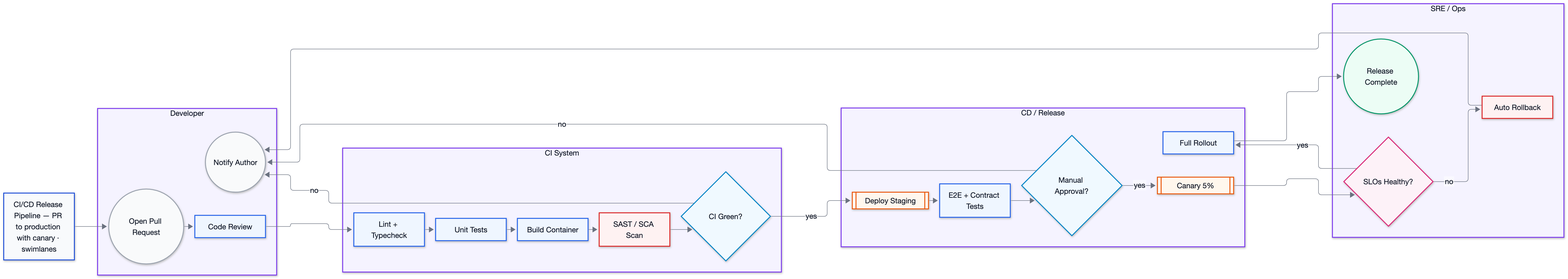
Earlier version of the Mermaid export examples/showcase/04-flowchart-swimlanes.png (hwchiu/diagram-mcp). Its source is kept beside it as examples/showcase/04-flowchart-swimlanes.mmd.
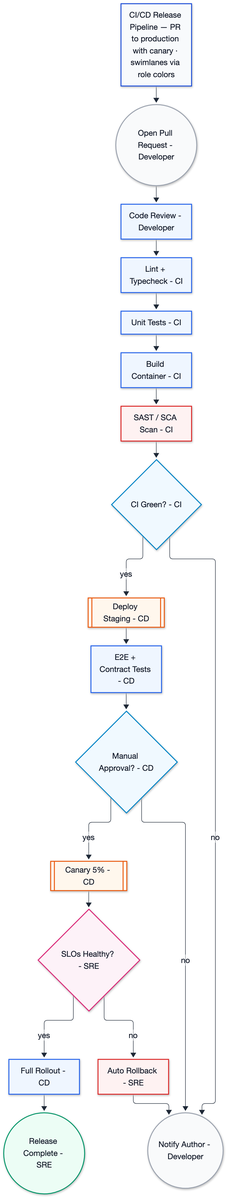
After the change.

What changed in the source:
```diff
@@ -1,55 +1,39 @@
 %%{init: {"flowchart": {"htmlLabels": false, "curve": "basis", "padding": 24, "nodeSpacing": 50, "rankSpacing": 60}} }%%
-flowchart LR
-  title_block["CI/CD Release Pipeline — PR to production with canary · swimlanes"]
+flowchart TB
+  title_block["CI/CD Release Pipeline — PR to production with canary · swimlanes via role colors"]
   style title_block fill:#F8FAFC,stroke:#1D4ED8,color:#111827,stroke-width:2px
-  subgraph dev[Developer]
-    direction LR
-    start((Open Pull Request))
-      style start fill:#F9FAFB,stroke:#9CA3AF,color:#111827,stroke-width:2px
-    review[Code Review]
-      style review fill:#EFF6FF,stroke:#2563EB,color:#111827,stroke-width:2px
-    fix((Notify Author))
-      style fix fill:#F9FAFB,stroke:#9CA3AF,color:#111827,stroke-width:2px
-  end
-  style dev fill:#F5F3FF,stroke:#7C3AED,color:#111827,stroke-width:2px
-  subgraph ci[CI System]
-    direction LR
-    lint[Lint + Typecheck]
-      style lint fill:#EFF6FF,stroke:#2563EB,color:#111827,stroke-width:2px
-    unit[Unit Tests]
-      style unit fill:#EFF6FF,stroke:#2563EB,color:#111827,stroke-width:2px
-    build[Build Container]
-      style build fill:#EFF6FF,stroke:#2563EB,color:#111827,stroke-width:2px
-    sast[SAST / SCA Scan]
-      style sast fill:#FEF2F2,stroke:#DC2626,color:#111827,stroke-width:2px
-    pass_ci{CI Green?}
-      style pass_ci fill:#F0F9FF,stroke:#0284C7,color:#111827,stroke-width:2px
-  end
-  style ci fill:#F5F3FF,stroke:#7C3AED,color:#111827,stroke-width:2px
-  subgraph cd[CD / Release]
-    direction LR
-    staging[[Deploy Staging]]
-      style staging fill:#FFF7ED,stroke:#EA580C,color:#111827,stroke-width:2px
-    e2e[E2E + Contract Tests]
-      style e2e fill:#EFF6FF,stroke:#2563EB,color:#111827,stroke-width:2px
-    approve{Manual Approval?}
-      style approve fill:#F0F9FF,stroke:#0284C7,color:#111827,stroke-width:2px
-    canary[[Canary 5%]]
-      style canary fill:#FFF7ED,stroke:#EA580C,color:#111827,stroke-width:2px
-    rollout[Full Rollout]
-      style rollout fill:#EFF6FF,stroke:#2563EB,color:#111827,stroke-width:2px
-  end
-  style cd fill:#F5F3FF,stroke:#7C3AED,color:#111827,stroke-width:2px
-  subgraph ops[SRE / Ops]
-    direction LR
-    healthy{SLOs Healthy?}
-      style healthy fill:#FDF2F8,stroke:#DB2777,color:#111827,stroke-width:2px
-    rollback[Auto Rollback]
-      style rollback fill:#FEF2F2,stroke:#DC2626,color:#111827,stroke-width:2px
-    done((Release Complete))
-      style done fill:#ECFDF5,stroke:#059669,color:#111827,stroke-width:2px
-  end
-  style ops fill:#F5F3FF,stroke:#7C3AED,color:#111827,stroke-width:2px
+  start((Open Pull Request - Developer))
+    style start fill:#F9FAFB,stroke:#9CA3AF,color:#111827,stroke-width:2px
+  review[Code Review - Developer]
+    style review fill:#EFF6FF,stroke:#2563EB,color:#111827,stroke-width:2px
+  lint[Lint + Typecheck - CI]
+    style lint fill:#EFF6FF,stroke:#2563EB,color:#111827,stroke-width:2px
+  unit[Unit Tests - CI]
+    style unit fill:#EFF6FF,stroke:#2563EB,color:#111827,stroke-width:2px
+  build[Build Container - CI]
+    style build fill:#EFF6FF,stroke:#2563EB,color:#111827,stroke-width:2px
+  sast[SAST / SCA Scan - CI]
+    style sast fill:#FEF2F2,stroke:#DC2626,color:#111827,stroke-width:2px
+  pass_ci{CI Green? - CI}
+    style pass_ci fill:#F0F9FF,stroke:#0284C7,color:#111827,stroke-width:2px
+  staging[[Deploy Staging - CD]]
+    style staging fill:#FFF7ED,stroke:#EA580C,color:#111827,stroke-width:2px
+  e2e[E2E + Contract Tests - CD]
+    style e2e fill:#EFF6FF,stroke:#2563EB,color:#111827,stroke-width:2px
+  approve{Manual Approval? - CD}
+    style approve fill:#F0F9FF,stroke:#0284C7,color:#111827,stroke-width:2px
+  canary[[Canary 5% - CD]]
+    style canary fill:#FFF7ED,stroke:#EA580C,color:#111827,stroke-width:2px
+  healthy{SLOs Healthy? - SRE}
+    style healthy fill:#FDF2F8,stroke:#DB2777,color:#111827,stroke-width:2px
+  rollout[Full Rollout - CD]
+    style rollout fill:#EFF6FF,stroke:#2563EB,color:#111827,stroke-width:2px
+  rollback[Auto Rollback - SRE]
+    style rollback fill:#FEF2F2,stroke:#DC2626,color:#111827,stroke-width:2px
+  done((Release Complete - SRE))
+    style done fill:#ECFDF5,stroke:#059669,color:#111827,stroke-width:2px
+  fix((Notify Author - Developer))
+    style fix fill:#F9FAFB,stroke:#9CA3AF,color:#111827,stroke-width:2px
   title_block --> start
   start --> review
   review --> lint
```
